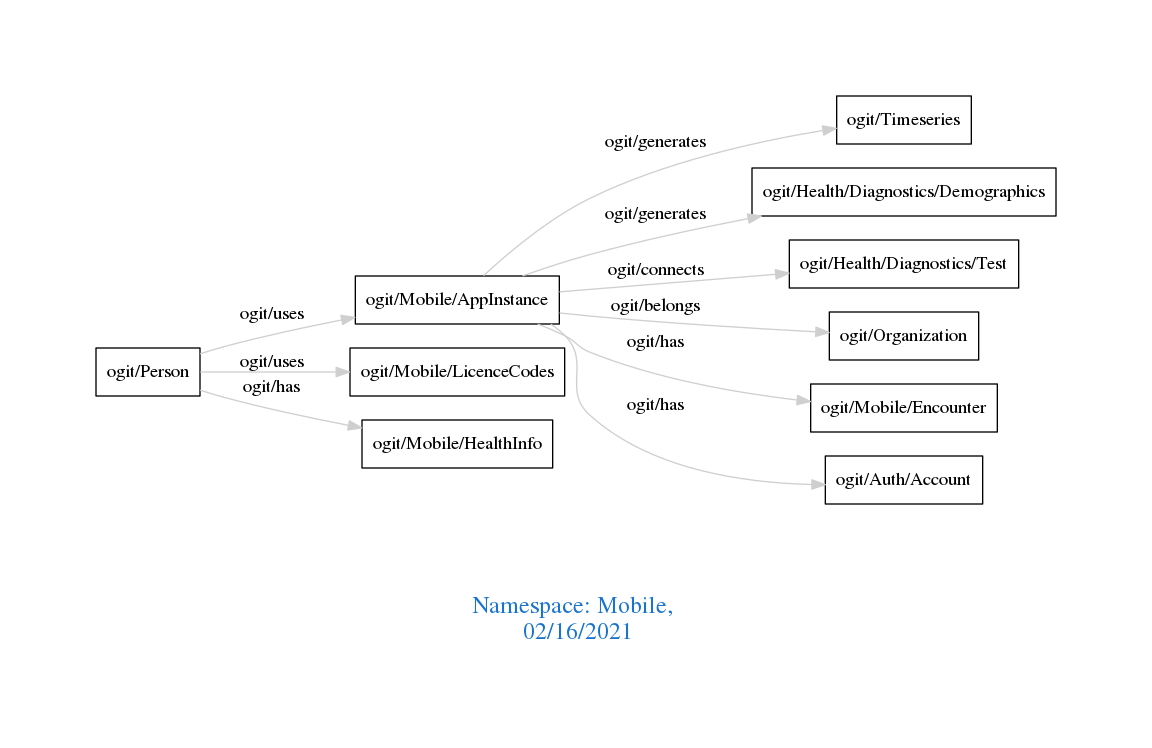
This is downloads/Mobile.png from arago/OGIT, a Graphviz export, as it was before one commit. Its source is kept beside it as downloads/Mobile.dot.
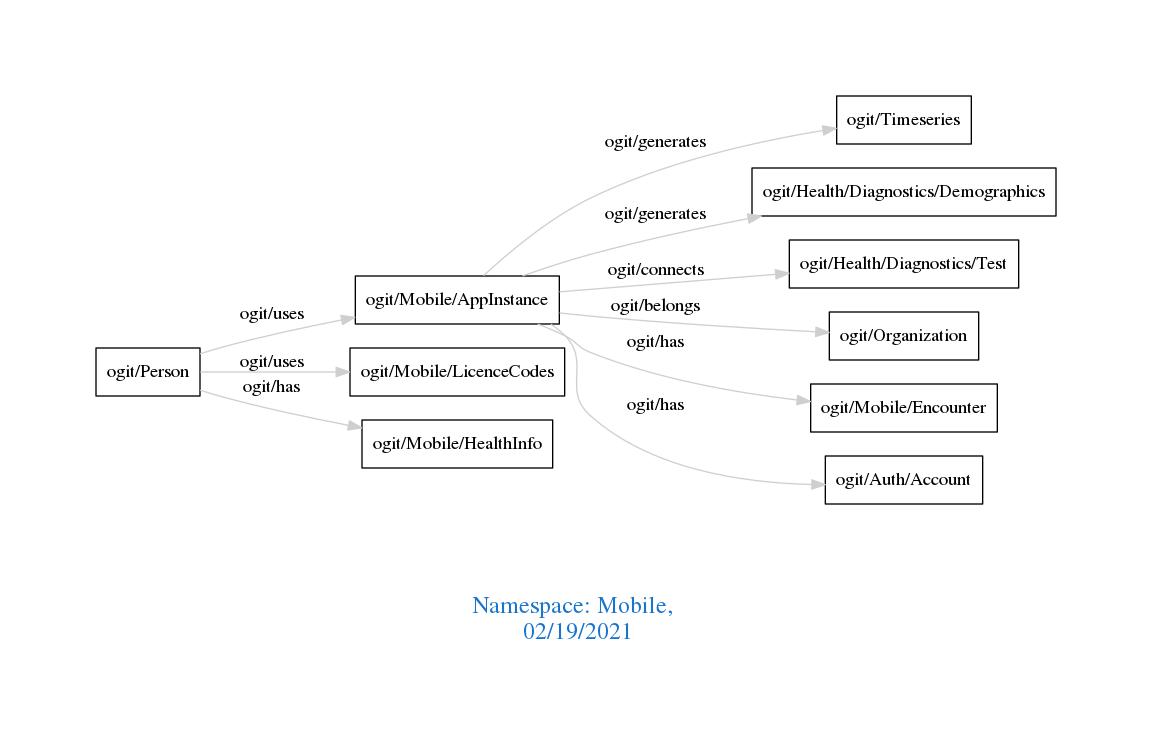
After the change.

The edit, as a diff of the source:
```diff
@@ -1,7 +1,7 @@
 digraph OGIT_ontology {
  graph [ rankdir= LR,pad=1
 fontsize = 18,
-fontcolor= dodgerblue3,label = "\n\n\nNamespace: Mobile, \n 02/16/2021"];
+fontcolor= dodgerblue3,label = "\n\n\nNamespace: Mobile, \n 02/19/2021"];
 node[shape=polygon];
 edge [  color="gray81"];
 
```
